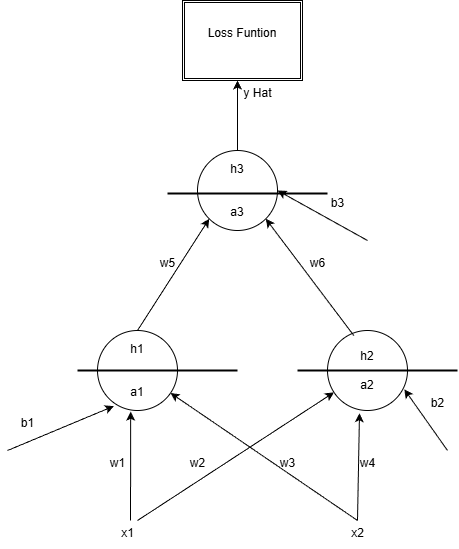
Earlier version of the draw.io export FF.drawio.png (Nasir499/FeedForward-Network). Source tidied: cells renumbered, new cells last; positions are measured from the earlier drawing's top-left corner, leaving out a move shared by most shapes. Its diagram source:
```xml
<mxGraphModel>
  <root>
    <mxCell id="0" />
    <mxCell id="1" parent="0" />
    <mxCell id="2" value="&lt;div&gt;h1&lt;/div&gt;&lt;div&gt;&lt;br&gt;&lt;/div&gt;&lt;div&gt;&lt;br&gt;&lt;/div&gt;&lt;div&gt;a1&lt;/div&gt;" style="ellipse;whiteSpace=wrap;html=1;" parent="1" vertex="1">
      <mxGeometry x="90" y="330" width="80" height="80" as="geometry" />
    </mxCell>
    <mxCell id="3" value="&lt;div&gt;h2&lt;/div&gt;&lt;div&gt;&lt;br&gt;&lt;/div&gt;&lt;div&gt;a2&lt;/div&gt;" style="ellipse;whiteSpace=wrap;html=1;" parent="1" vertex="1">
      <mxGeometry x="320" y="330" width="80" height="80" as="geometry" />
    </mxCell>
    <mxCell id="4" value="&lt;div&gt;h3&lt;/div&gt;&lt;div&gt;&lt;br&gt;&lt;/div&gt;&lt;div&gt;&lt;br&gt;&lt;/div&gt;&lt;div&gt;a3&lt;/div&gt;" style="ellipse;whiteSpace=wrap;html=1;" parent="1" vertex="1">
      <mxGeometry x="190" y="150" width="80" height="80" as="geometry" />
    </mxCell>
    <mxCell id="5" style="edgeStyle=none;jettySize=auto;html=1;entryX=0.205;entryY=0.945;entryDx=0;entryDy=0;entryPerimeter=0;" parent="1" edge="1" target="2">
      <mxGeometry relative="1" as="geometry">
        <mxPoint y="450" as="sourcePoint" />
      </mxGeometry>
    </mxCell>
    <mxCell id="6" style="edgeStyle=none;jettySize=auto;html=1;entryX=0.415;entryY=1.015;entryDx=0;entryDy=0;entryPerimeter=0;" parent="1" edge="1" target="2">
      <mxGeometry relative="1" as="geometry">
        <mxPoint x="123" y="520" as="sourcePoint" />
      </mxGeometry>
    </mxCell>
    <mxCell id="7" style="edgeStyle=none;jettySize=auto;html=1;" parent="1" edge="1" target="3">
      <mxGeometry relative="1" as="geometry">
        <mxPoint x="130" y="520" as="sourcePoint" />
      </mxGeometry>
    </mxCell>
    <mxCell id="8" style="edgeStyle=none;jettySize=auto;html=1;entryX=0.4;entryY=1.035;entryDx=0;entryDy=0;entryPerimeter=0;" parent="1" edge="1" target="3">
      <mxGeometry relative="1" as="geometry">
        <mxPoint x="350" y="520" as="sourcePoint" />
      </mxGeometry>
    </mxCell>
    <mxCell id="9" style="edgeStyle=none;jettySize=auto;html=1;" parent="1" edge="1" target="2">
      <mxGeometry relative="1" as="geometry">
        <mxPoint x="350" y="520" as="sourcePoint" />
      </mxGeometry>
    </mxCell>
    <mxCell id="10" style="edgeStyle=none;jettySize=auto;html=1;entryX=0;entryY=1;entryDx=0;entryDy=0;exitX=0.5;exitY=0;exitDx=0;exitDy=0;" parent="1" edge="1" source="2" target="4">
      <mxGeometry relative="1" as="geometry" />
    </mxCell>
    <mxCell id="11" style="edgeStyle=none;jettySize=auto;html=1;entryX=1;entryY=1;entryDx=0;entryDy=0;exitX=0.33;exitY=0.065;exitDx=0;exitDy=0;exitPerimeter=0;" parent="1" edge="1" source="3" target="4">
      <mxGeometry relative="1" as="geometry" />
    </mxCell>
    <mxCell id="12" style="edgeStyle=none;jettySize=auto;html=1;entryX=0.96;entryY=0.735;entryDx=0;entryDy=0;entryPerimeter=0;" parent="1" edge="1" target="3">
      <mxGeometry relative="1" as="geometry">
        <mxPoint x="440" y="450" as="sourcePoint" />
      </mxGeometry>
    </mxCell>
    <mxCell id="13" style="edgeStyle=none;jettySize=auto;html=1;entryX=1;entryY=0.5;entryDx=0;entryDy=0;" parent="1" edge="1" target="4">
      <mxGeometry relative="1" as="geometry">
        <mxPoint x="360" y="240" as="sourcePoint" />
      </mxGeometry>
    </mxCell>
    <mxCell id="14" value="b3" style="text;html=1;align=center;verticalAlign=middle;strokeColor=none;fillColor=none;" parent="1" vertex="1">
      <mxGeometry x="310" y="188" width="40" height="30" as="geometry" />
    </mxCell>
    <mxCell id="15" value="b2" style="text;html=1;align=center;verticalAlign=middle;strokeColor=none;fillColor=none;" parent="1" vertex="1">
      <mxGeometry x="410" y="388" width="40" height="30" as="geometry" />
    </mxCell>
    <mxCell id="16" value="b1" style="text;html=1;align=center;verticalAlign=middle;strokeColor=none;fillColor=none;" parent="1" vertex="1">
      <mxGeometry y="408" width="40" height="30" as="geometry" />
    </mxCell>
    <mxCell id="17" value="w1" style="text;html=1;align=center;verticalAlign=middle;strokeColor=none;fillColor=none;" parent="1" vertex="1">
      <mxGeometry x="90" y="448" width="40" height="30" as="geometry" />
    </mxCell>
    <mxCell id="18" value="w2" style="text;html=1;align=center;verticalAlign=middle;strokeColor=none;fillColor=none;" parent="1" vertex="1">
      <mxGeometry x="170" y="448" width="40" height="30" as="geometry" />
    </mxCell>
    <mxCell id="19" value="w3" style="text;html=1;align=center;verticalAlign=middle;strokeColor=none;fillColor=none;" parent="1" vertex="1">
      <mxGeometry x="260" y="448" width="40" height="30" as="geometry" />
    </mxCell>
    <mxCell id="20" value="w4" style="text;html=1;align=center;verticalAlign=middle;strokeColor=none;fillColor=none;" parent="1" vertex="1">
      <mxGeometry x="340" y="448" width="40" height="30" as="geometry" />
    </mxCell>
    <mxCell id="21" value="w5" style="text;html=1;align=center;verticalAlign=middle;strokeColor=none;fillColor=none;" parent="1" vertex="1">
      <mxGeometry x="140" y="248" width="40" height="30" as="geometry" />
    </mxCell>
    <mxCell id="22" value="w6" style="text;html=1;align=center;verticalAlign=middle;strokeColor=none;fillColor=none;" parent="1" vertex="1">
      <mxGeometry x="290" y="248" width="40" height="30" as="geometry" />
    </mxCell>
    <mxCell id="23" style="line;strokeWidth=2;html=1;" parent="1" vertex="1">
      <mxGeometry x="290" y="365" width="160" height="10" as="geometry" />
    </mxCell>
    <mxCell id="24" style="line;strokeWidth=2;html=1;" parent="1" vertex="1">
      <mxGeometry x="70" y="365" width="160" height="10" as="geometry" />
    </mxCell>
    <mxCell id="25" style="line;strokeWidth=2;html=1;" parent="1" vertex="1">
      <mxGeometry x="160" y="188" width="160" height="10" as="geometry" />
    </mxCell>
    <mxCell id="26" style="edgeStyle=none;jettySize=auto;html=1;exitX=0.5;exitY=0;exitDx=0;exitDy=0;" parent="1" edge="1" source="4">
      <mxGeometry relative="1" as="geometry">
        <mxPoint x="230" y="80" as="targetPoint" />
      </mxGeometry>
    </mxCell>
    <mxCell id="27" value="y Hat" style="text;html=1;align=center;verticalAlign=middle;strokeColor=none;fillColor=none;" parent="1" vertex="1">
      <mxGeometry x="225" y="78" width="50" height="30" as="geometry" />
    </mxCell>
    <mxCell id="28" value="Loss Funtion&lt;div&gt;&lt;br&gt;&lt;/div&gt;" style="shape=ext;double=1;rounded=0;whiteSpace=wrap;html=1;" parent="1" vertex="1">
      <mxGeometry x="175" width="120" height="80" as="geometry" />
    </mxCell>
    <mxCell id="29" value="x1" style="text;html=1;align=center;verticalAlign=middle;strokeColor=none;fillColor=none;" parent="1" vertex="1">
      <mxGeometry x="100" y="518" width="40" height="30" as="geometry" />
    </mxCell>
    <mxCell id="30" value="x2" style="text;html=1;align=center;verticalAlign=middle;strokeColor=none;fillColor=none;" parent="1" vertex="1">
      <mxGeometry x="330" y="518" width="40" height="30" as="geometry" />
    </mxCell>
  </root>
</mxGraphModel>
```
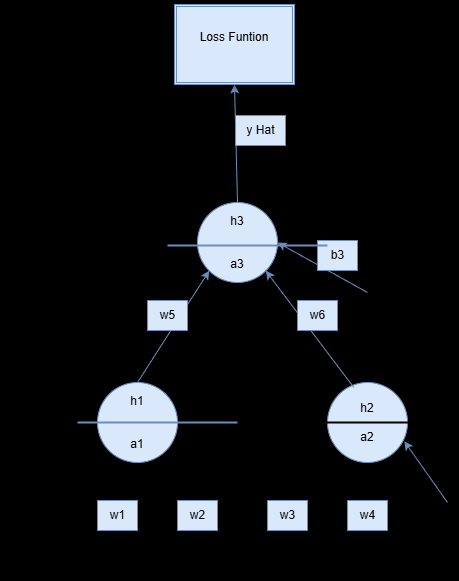
Later version of the same file.

Commit message:
Updated drawing file (Background color changed)

The edit, as a diff of the source:
```diff
@@ -1,58 +1,58 @@
-<mxGraphModel>
+<mxGraphModel background="light-dark(#0d0d0d, #121212)">
   <root>
     <mxCell id="0" />
     <mxCell id="1" parent="0" />
-    <mxCell id="2" value="&lt;div&gt;h1&lt;/div&gt;&lt;div&gt;&lt;br&gt;&lt;/div&gt;&lt;div&gt;&lt;br&gt;&lt;/div&gt;&lt;div&gt;a1&lt;/div&gt;" style="ellipse;whiteSpace=wrap;html=1;" parent="1" vertex="1">
+    <mxCell id="2" value="&lt;div&gt;h1&lt;/div&gt;&lt;div&gt;&lt;br&gt;&lt;/div&gt;&lt;div&gt;&lt;br&gt;&lt;/div&gt;&lt;div&gt;a1&lt;/div&gt;" style="ellipse;whiteSpace=wrap;html=1;fillColor=#dae8fc;strokeColor=#6c8ebf;" parent="1" vertex="1">
       <mxGeometry x="90" y="330" width="80" height="80" as="geometry" />
     </mxCell>
-    <mxCell id="3" value="&lt;div&gt;h2&lt;/div&gt;&lt;div&gt;&lt;br&gt;&lt;/div&gt;&lt;div&gt;a2&lt;/div&gt;" style="ellipse;whiteSpace=wrap;html=1;" parent="1" vertex="1">
+    <mxCell id="3" value="&lt;div&gt;h2&lt;/div&gt;&lt;div&gt;&lt;br&gt;&lt;/div&gt;&lt;div&gt;a2&lt;/div&gt;" style="ellipse;whiteSpace=wrap;html=1;fillColor=#dae8fc;strokeColor=#6c8ebf;" parent="1" vertex="1">
       <mxGeometry x="320" y="330" width="80" height="80" as="geometry" />
     </mxCell>
-    <mxCell id="4" value="&lt;div&gt;h3&lt;/div&gt;&lt;div&gt;&lt;br&gt;&lt;/div&gt;&lt;div&gt;&lt;br&gt;&lt;/div&gt;&lt;div&gt;a3&lt;/div&gt;" style="ellipse;whiteSpace=wrap;html=1;" parent="1" vertex="1">
+    <mxCell id="4" value="&lt;div&gt;h3&lt;/div&gt;&lt;div&gt;&lt;br&gt;&lt;/div&gt;&lt;div&gt;&lt;br&gt;&lt;/div&gt;&lt;div&gt;a3&lt;/div&gt;" style="ellipse;whiteSpace=wrap;html=1;fillColor=#dae8fc;strokeColor=#6c8ebf;" parent="1" vertex="1">
       <mxGeometry x="190" y="150" width="80" height="80" as="geometry" />
     </mxCell>
-    <mxCell id="5" style="edgeStyle=none;jettySize=auto;html=1;entryX=0.205;entryY=0.945;entryDx=0;entryDy=0;entryPerimeter=0;" parent="1" edge="1" target="2">
-      <mxGeometry relative="1" as="geometry">
-        <mxPoint y="450" as="sourcePoint" />
-      </mxGeometry>
-    </mxCell>
-    <mxCell id="6" style="edgeStyle=none;jettySize=auto;html=1;entryX=0.415;entryY=1.015;entryDx=0;entryDy=0;entryPerimeter=0;" parent="1" edge="1" target="2">
-      <mxGeometry relative="1" as="geometry">
-        <mxPoint x="123" y="520" as="sourcePoint" />
-      </mxGeometry>
-    </mxCell>
-    <mxCell id="7" style="edgeStyle=none;jettySize=auto;html=1;" parent="1" edge="1" target="3">
-      <mxGeometry relative="1" as="geometry">
-        <mxPoint x="130" y="520" as="sourcePoint" />
-      </mxGeometry>
-    </mxCell>
-    <mxCell id="8" style="edgeStyle=none;jettySize=auto;html=1;entryX=0.4;entryY=1.035;entryDx=0;entryDy=0;entryPerimeter=0;" parent="1" edge="1" target="3">
-      <mxGeometry relative="1" as="geometry">
-        <mxPoint x="350" y="520" as="sourcePoint" />
-      </mxGeometry>
-    </mxCell>
-    <mxCell id="9" style="edgeStyle=none;jettySize=auto;html=1;" parent="1" edge="1" target="2">
-      <mxGeometry relative="1" as="geometry">
-        <mxPoint x="350" y="520" as="sourcePoint" />
-      </mxGeometry>
-    </mxCell>
+    <mxCell id="31" style="edgeStyle=none;jettySize=auto;html=1;entryX=0.205;entryY=0.945;entryDx=0;entryDy=0;entryPerimeter=0;" parent="1" edge="1" target="2">
+      <mxGeometry relative="1" as="geometry">
+        <mxPoint y="450" as="sourcePoint" />
+      </mxGeometry>
+    </mxCell>
+    <mxCell id="32" style="edgeStyle=none;jettySize=auto;html=1;entryX=0.415;entryY=1.015;entryDx=0;entryDy=0;entryPerimeter=0;" parent="1" edge="1" target="2">
+      <mxGeometry relative="1" as="geometry">
+        <mxPoint x="123" y="520" as="sourcePoint" />
+      </mxGeometry>
+    </mxCell>
+    <mxCell id="33" style="edgeStyle=none;jettySize=auto;html=1;" parent="1" edge="1" target="3">
+      <mxGeometry relative="1" as="geometry">
+        <mxPoint x="130" y="520" as="sourcePoint" />
+      </mxGeometry>
+    </mxCell>
+    <mxCell id="34" style="edgeStyle=none;jettySize=auto;html=1;entryX=0.4;entryY=1.035;entryDx=0;entryDy=0;entryPerimeter=0;" parent="1" edge="1" target="3">
+      <mxGeometry relative="1" as="geometry">
+        <mxPoint x="350" y="520" as="sourcePoint" />
+      </mxGeometry>
+    </mxCell>
+    <mxCell id="35" style="edgeStyle=none;jettySize=auto;html=1;" parent="1" edge="1" target="2">
+      <mxGeometry relative="1" as="geometry">
+        <mxPoint x="350" y="520" as="sourcePoint" />
+      </mxGeometry>
+    </mxCell>
-    <mxCell id="10" style="edgeStyle=none;jettySize=auto;html=1;entryX=0;entryY=1;entryDx=0;entryDy=0;exitX=0.5;exitY=0;exitDx=0;exitDy=0;" parent="1" edge="1" source="2" target="4">
+    <mxCell id="10" style="edgeStyle=none;jettySize=auto;html=1;entryX=0;entryY=1;entryDx=0;entryDy=0;exitX=0.5;exitY=0;exitDx=0;exitDy=0;fillColor=#dae8fc;strokeColor=#6c8ebf;" parent="1" edge="1" source="2" target="4">
       <mxGeometry relative="1" as="geometry" />
     </mxCell>
-    <mxCell id="11" style="edgeStyle=none;jettySize=auto;html=1;entryX=1;entryY=1;entryDx=0;entryDy=0;exitX=0.33;exitY=0.065;exitDx=0;exitDy=0;exitPerimeter=0;" parent="1" edge="1" source="3" target="4">
+    <mxCell id="11" style="edgeStyle=none;jettySize=auto;html=1;entryX=1;entryY=1;entryDx=0;entryDy=0;exitX=0.33;exitY=0.065;exitDx=0;exitDy=0;exitPerimeter=0;fillColor=#dae8fc;strokeColor=#6c8ebf;" parent="1" edge="1" source="3" target="4">
       <mxGeometry relative="1" as="geometry" />
     </mxCell>
-    <mxCell id="12" style="edgeStyle=none;jettySize=auto;html=1;entryX=0.96;entryY=0.735;entryDx=0;entryDy=0;entryPerimeter=0;" parent="1" edge="1" target="3">
-      <mxGeometry relative="1" as="geometry">
-        <mxPoint x="440" y="450" as="sourcePoint" />
-      </mxGeometry>
-    </mxCell>
-    <mxCell id="13" style="edgeStyle=none;jettySize=auto;html=1;entryX=1;entryY=0.5;entryDx=0;entryDy=0;" parent="1" edge="1" target="4">
-      <mxGeometry relative="1" as="geometry">
-        <mxPoint x="360" y="240" as="sourcePoint" />
-      </mxGeometry>
-    </mxCell>
+    <mxCell id="36" style="edgeStyle=none;jettySize=auto;html=1;entryX=0.96;entryY=0.735;entryDx=0;entryDy=0;entryPerimeter=0;fillColor=#dae8fc;strokeColor=#6c8ebf;" parent="1" edge="1" target="3">
+      <mxGeometry relative="1" as="geometry">
+        <mxPoint x="440" y="450" as="sourcePoint" />
+      </mxGeometry>
+    </mxCell>
+    <mxCell id="37" style="edgeStyle=none;jettySize=auto;html=1;entryX=1;entryY=0.5;entryDx=0;entryDy=0;fillColor=#dae8fc;strokeColor=#6c8ebf;" parent="1" edge="1" target="4">
+      <mxGeometry relative="1" as="geometry">
+        <mxPoint x="360" y="240" as="sourcePoint" />
+      </mxGeometry>
+    </mxCell>
-    <mxCell id="14" value="b3" style="text;html=1;align=center;verticalAlign=middle;strokeColor=none;fillColor=none;" parent="1" vertex="1">
+    <mxCell id="14" value="b3" style="text;html=1;align=center;verticalAlign=middle;fillColor=#dae8fc;strokeColor=#6c8ebf;" parent="1" vertex="1">
       <mxGeometry x="310" y="188" width="40" height="30" as="geometry" />
     </mxCell>
     <mxCell id="15" value="b2" style="text;html=1;align=center;verticalAlign=middle;strokeColor=none;fillColor=none;" parent="1" vertex="1">
@@ -61,49 +61,41 @@
     <mxCell id="16" value="b1" style="text;html=1;align=center;verticalAlign=middle;strokeColor=none;fillColor=none;" parent="1" vertex="1">
       <mxGeometry y="408" width="40" height="30" as="geometry" />
     </mxCell>
-    <mxCell id="17" value="w1" style="text;html=1;align=center;verticalAlign=middle;strokeColor=none;fillColor=none;" parent="1" vertex="1">
+    <mxCell id="17" value="w1" style="text;html=1;align=center;verticalAlign=middle;fillColor=#dae8fc;strokeColor=#6c8ebf;" parent="1" vertex="1">
       <mxGeometry x="90" y="448" width="40" height="30" as="geometry" />
     </mxCell>
-    <mxCell id="18" value="w2" style="text;html=1;align=center;verticalAlign=middle;strokeColor=none;fillColor=none;" parent="1" vertex="1">
+    <mxCell id="18" value="w2" style="text;html=1;align=center;verticalAlign=middle;fillColor=#dae8fc;strokeColor=#6c8ebf;" parent="1" vertex="1">
       <mxGeometry x="170" y="448" width="40" height="30" as="geometry" />
     </mxCell>
-    <mxCell id="19" value="w3" style="text;html=1;align=center;verticalAlign=middle;strokeColor=none;fillColor=none;" parent="1" vertex="1">
+    <mxCell id="19" value="w3" style="text;html=1;align=center;verticalAlign=middle;fillColor=#dae8fc;strokeColor=#6c8ebf;" parent="1" vertex="1">
       <mxGeometry x="260" y="448" width="40" height="30" as="geometry" />
     </mxCell>
-    <mxCell id="20" value="w4" style="text;html=1;align=center;verticalAlign=middle;strokeColor=none;fillColor=none;" parent="1" vertex="1">
+    <mxCell id="20" value="w4" style="text;html=1;align=center;verticalAlign=middle;fillColor=#dae8fc;strokeColor=#6c8ebf;" parent="1" vertex="1">
       <mxGeometry x="340" y="448" width="40" height="30" as="geometry" />
     </mxCell>
-    <mxCell id="21" value="w5" style="text;html=1;align=center;verticalAlign=middle;strokeColor=none;fillColor=none;" parent="1" vertex="1">
+    <mxCell id="21" value="w5" style="text;html=1;align=center;verticalAlign=middle;fillColor=#dae8fc;strokeColor=#6c8ebf;" parent="1" vertex="1">
       <mxGeometry x="140" y="248" width="40" height="30" as="geometry" />
     </mxCell>
-    <mxCell id="22" value="w6" style="text;html=1;align=center;verticalAlign=middle;strokeColor=none;fillColor=none;" parent="1" vertex="1">
+    <mxCell id="22" value="w6" style="text;html=1;align=center;verticalAlign=middle;fillColor=#dae8fc;strokeColor=#6c8ebf;" parent="1" vertex="1">
       <mxGeometry x="290" y="248" width="40" height="30" as="geometry" />
     </mxCell>
-    <mxCell id="23" style="line;strokeWidth=2;html=1;" parent="1" vertex="1">
-      <mxGeometry x="290" y="365" width="160" height="10" as="geometry" />
-    </mxCell>
-    <mxCell id="24" style="line;strokeWidth=2;html=1;" parent="1" vertex="1">
-      <mxGeometry x="70" y="365" width="160" height="10" as="geometry" />
-    </mxCell>
-    <mxCell id="25" style="line;strokeWidth=2;html=1;" parent="1" vertex="1">
-      <mxGeometry x="160" y="188" width="160" height="10" as="geometry" />
-    </mxCell>
-    <mxCell id="26" style="edgeStyle=none;jettySize=auto;html=1;exitX=0.5;exitY=0;exitDx=0;exitDy=0;" parent="1" edge="1" source="4">
-      <mxGeometry relative="1" as="geometry">
-        <mxPoint x="230" y="80" as="targetPoint" />
-      </mxGeometry>
-    </mxCell>
+    <mxCell id="38" style="line;strokeWidth=2;html=1;" parent="1" vertex="1">
+      <mxGeometry x="290" y="365" width="160" height="10" as="geometry" />
+    </mxCell>
+    <mxCell id="39" style="line;strokeWidth=2;html=1;fillColor=#dae8fc;strokeColor=#6c8ebf;" parent="1" vertex="1">
+      <mxGeometry x="70" y="365" width="160" height="10" as="geometry" />
+    </mxCell>
+    <mxCell id="40" style="line;strokeWidth=2;html=1;fillColor=#dae8fc;strokeColor=#6c8ebf;" parent="1" vertex="1">
+      <mxGeometry x="160" y="188" width="160" height="10" as="geometry" />
+    </mxCell>
+    <mxCell id="41" style="edgeStyle=none;jettySize=auto;html=1;exitX=0.5;exitY=0;exitDx=0;exitDy=0;entryX=0.5;entryY=1;entryDx=0;entryDy=0;fillColor=#dae8fc;strokeColor=#6c8ebf;" parent="1" edge="1" source="4" target="28">
+      <mxGeometry relative="1" as="geometry" />
+    </mxCell>
-    <mxCell id="27" value="y Hat" style="text;html=1;align=center;verticalAlign=middle;strokeColor=none;fillColor=none;" parent="1" vertex="1">
-      <mxGeometry x="225" y="78" width="50" height="30" as="geometry" />
+    <mxCell id="27" value="y Hat" style="text;html=1;align=center;verticalAlign=middle;fillColor=#dae8fc;strokeColor=#6c8ebf;" parent="1" vertex="1">
+      <mxGeometry x="228" y="63" width="50" height="30" as="geometry" />
     </mxCell>
-    <mxCell id="28" value="Loss Funtion&lt;div&gt;&lt;br&gt;&lt;/div&gt;" style="shape=ext;double=1;rounded=0;whiteSpace=wrap;html=1;" parent="1" vertex="1">
-      <mxGeometry x="175" width="120" height="80" as="geometry" />
+    <mxCell id="28" value="Loss Funtion&lt;div&gt;&lt;br&gt;&lt;/div&gt;" style="shape=ext;double=1;rounded=0;whiteSpace=wrap;html=1;shadow=1;fillColor=#dae8fc;strokeColor=#6c8ebf;" parent="1" vertex="1">
+      <mxGeometry x="167" y="-48" width="120" height="80" as="geometry" />
     </mxCell>
-    <mxCell id="29" value="x1" style="text;html=1;align=center;verticalAlign=middle;strokeColor=none;fillColor=none;" parent="1" vertex="1">
-      <mxGeometry x="100" y="518" width="40" height="30" as="geometry" />
-    </mxCell>
-    <mxCell id="30" value="x2" style="text;html=1;align=center;verticalAlign=middle;strokeColor=none;fillColor=none;" parent="1" vertex="1">
-      <mxGeometry x="330" y="518" width="40" height="30" as="geometry" />
-    </mxCell>
   </root>
 </mxGraphModel>
```
